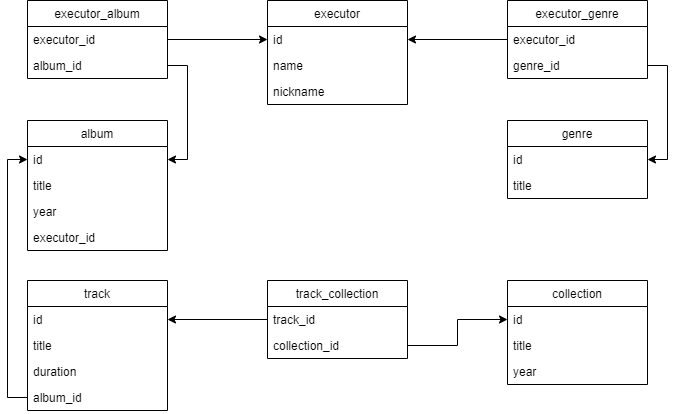
Before: bd_hw3.png, a diagram exported from draw.io (zilon4eg/bd_hw3). Source tidied: cells renumbered, new cells last; positions are measured from the earlier drawing's top-left corner, leaving out a move shared by most shapes.
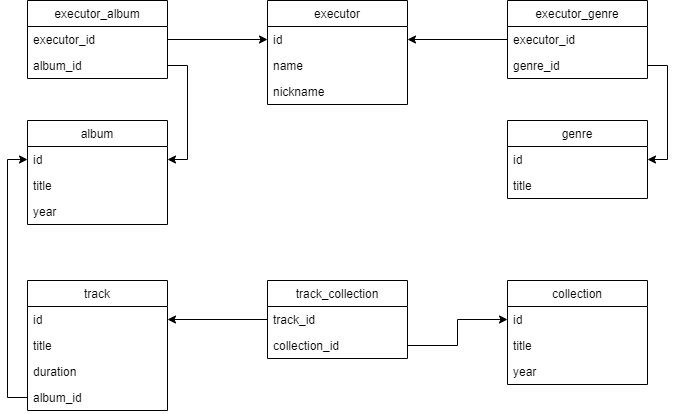
Later version of the same file.

Commit message:
bugfix correct table album in bd_hw3

Diff of the diagram source:
```diff
@@ -24,7 +24,7 @@
       <mxGeometry y="52" width="140" height="26" as="geometry" />
     </mxCell>
     <mxCell id="9" value="album" style="swimlane;fontStyle=0;horizontal=1;startSize=26;" parent="1" vertex="1">
-      <mxGeometry y="120" width="140" height="130" as="geometry" />
+      <mxGeometry y="120" width="140" height="104" as="geometry" />
     </mxCell>
     <mxCell id="10" value="id" style="text;strokeColor=none;fillColor=none;align=left;verticalAlign=top;spacingLeft=4;spacingRight=4;overflow=hidden;points=[[0,0.5],[1,0.5]];portConstraint=eastwest;" parent="9" vertex="1">
       <mxGeometry y="26" width="140" height="26" as="geometry" />
@@ -35,9 +35,6 @@
     <mxCell id="12" value="year" style="text;strokeColor=none;fillColor=none;align=left;verticalAlign=top;spacingLeft=4;spacingRight=4;overflow=hidden;" parent="9" vertex="1">
       <mxGeometry y="78" width="140" height="26" as="geometry" />
     </mxCell>
-    <mxCell id="13" value="executor_id" style="text;strokeColor=none;fillColor=none;align=left;verticalAlign=top;spacingLeft=4;spacingRight=4;overflow=hidden;" parent="9" vertex="1">
-      <mxGeometry y="104" width="140" height="26" as="geometry" />
-    </mxCell>
     <mxCell id="14" value="track" style="swimlane;fontStyle=0;horizontal=1;startSize=26;" parent="1" vertex="1">
       <mxGeometry y="280" width="140" height="130" as="geometry" />
     </mxCell>
```
